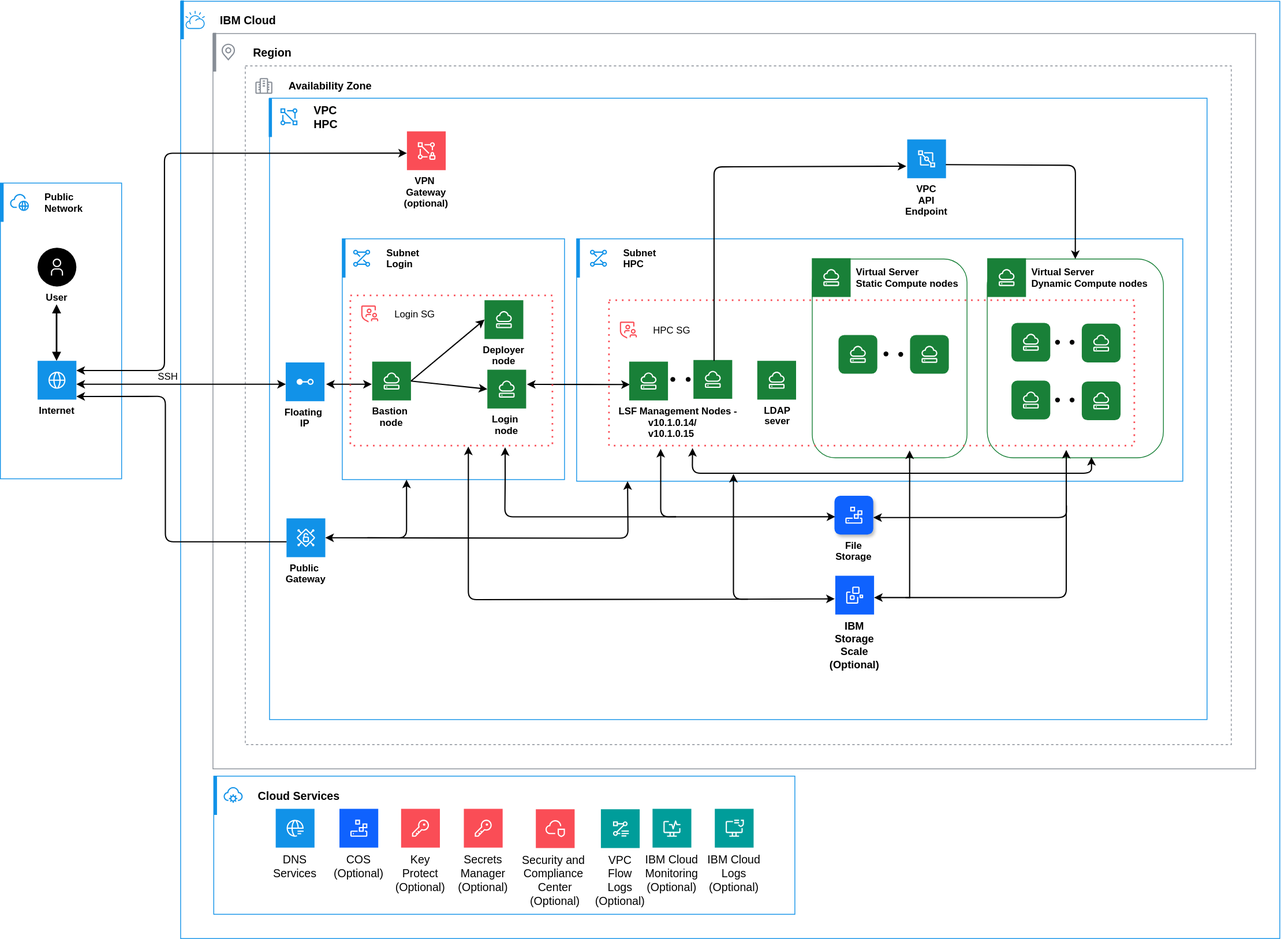
ibm-cloud-docs/hpc-ibm-spectrumlsf keeps this draw.io diagram as images/LSF-DA-Architecture-diagram.svg. Above is the earlier version. Source tidied: cells renumbered, new cells last; positions are measured from the earlier drawing's top-left corner, leaving out a move shared by most shapes.
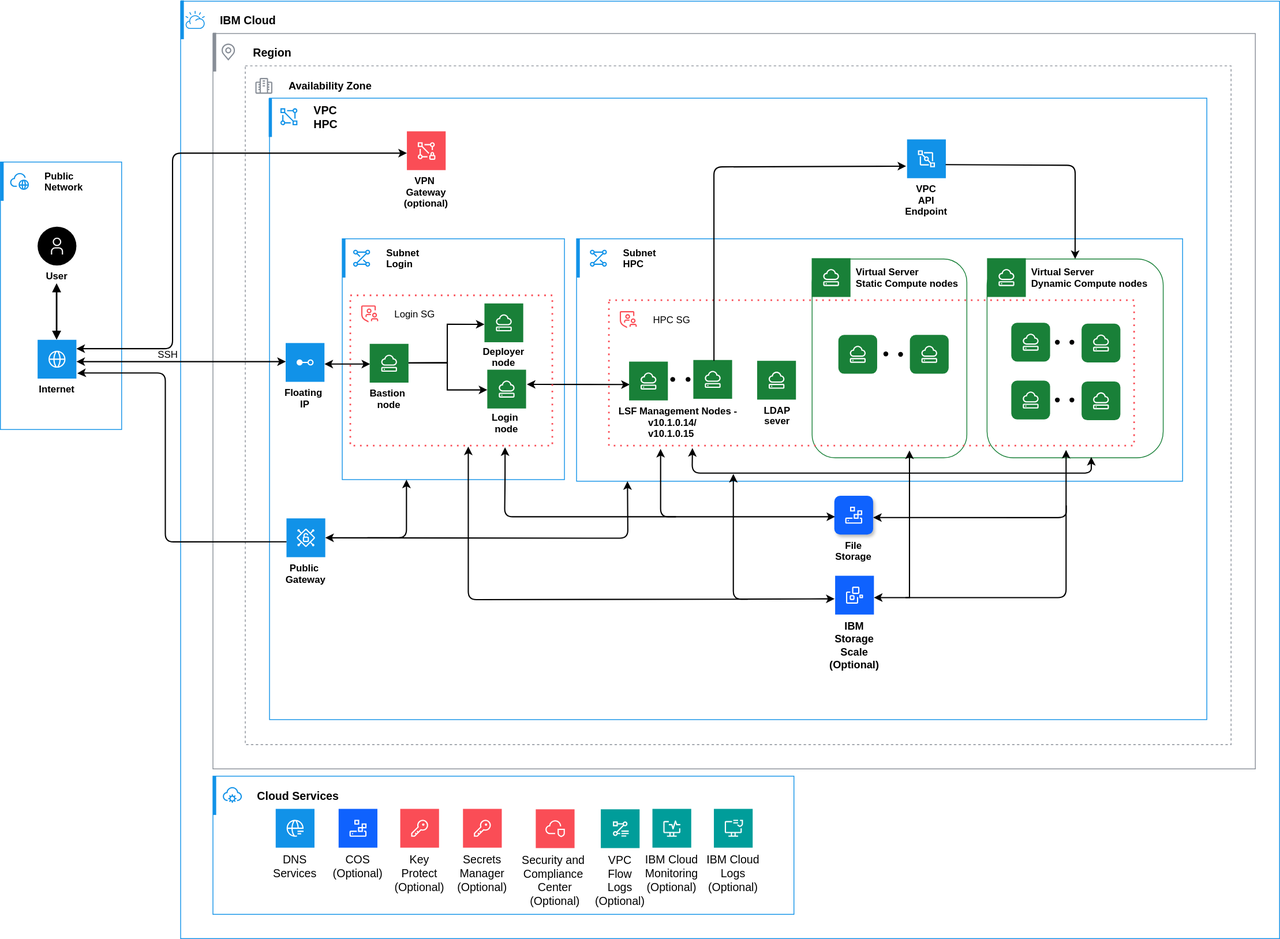
After the commit.

The edit, as a diff of the source:
```diff
@@ -47,8 +47,8 @@
     </mxCell>
     <mxCell id="15" style="html=1;labelBackgroundColor=#ffffff;jettySize=auto;orthogonalLoop=1;fontSize=14;rounded=0;jumpStyle=gap;edgeStyle=orthogonalEdgeStyle;startArrow=classic;endArrow=classic;strokeWidth=1.5;startFill=1;endFill=1;" parent="11" edge="1">
       <mxGeometry relative="1" as="geometry">
-        <mxPoint x="-20" y="180" as="sourcePoint" />
-        <mxPoint x="36.5" y="180" as="targetPoint" />
+        <mxPoint x="-22" y="155" as="sourcePoint" />
+        <mxPoint x="34.5" y="155" as="targetPoint" />
       </mxGeometry>
     </mxCell>
     <mxCell id="16" style="html=1;labelBackgroundColor=#ffffff;jettySize=auto;orthogonalLoop=1;fontSize=14;rounded=0;jumpStyle=gap;edgeStyle=orthogonalEdgeStyle;startArrow=classic;endArrow=classic;strokeWidth=1.5;startFill=1;endFill=1;entryX=0.012;entryY=0.574;entryDx=0;entryDy=0;entryPerimeter=0;jumpSize=6;exitX=0.979;exitY=0.564;exitDx=0;exitDy=0;exitPerimeter=0;" parent="11" edge="1">
@@ -58,7 +58,7 @@
       </mxGeometry>
     </mxCell>
     <mxCell id="17" style="html=1;whiteSpace=wrap;strokeColor=#1192E8;fillColor=none;strokeWidth=1;" parent="1" vertex="1">
-      <mxGeometry y="226" width="150" height="366" as="geometry" />
+      <mxGeometry y="200" width="150" height="331" as="geometry" />
     </mxCell>
     <mxCell id="18" value="Public&#10;Network" style="shape=rect;fillColor=none;labelPosition=right;verticalLabelPosition=middle;align=left;verticalAlign=middle;strokeColor=none;spacingLeft=5;fontSize=12;fontStyle=1;" parent="17" vertex="1">
       <mxGeometry width="48" height="48" relative="1" as="geometry" />
@@ -101,16 +101,16 @@
       <mxGeometry x="753" y="371" width="650" height="180" as="geometry" />
     </mxCell>
     <mxCell id="27" value="SSH" style="text;html=1;align=center;verticalAlign=middle;strokeColor=none;fillColor=none;" parent="1" vertex="1">
-      <mxGeometry x="182" y="451" width="50" height="30" as="geometry" />
+      <mxGeometry x="182" y="424" width="50" height="30" as="geometry" />
     </mxCell>
     <mxCell id="28" style="html=1;labelBackgroundColor=#ffffff;jettySize=auto;orthogonalLoop=1;fontSize=14;rounded=0;jumpStyle=gap;edgeStyle=orthogonalEdgeStyle;startArrow=classic;endArrow=classic;strokeWidth=1.5;startFill=1;endFill=1;entryX=0.003;entryY=0.45;entryDx=0;entryDy=0;exitX=1;exitY=0.75;exitDx=0;exitDy=0;entryPerimeter=0;" parent="1" edge="1">
       <mxGeometry relative="1" as="geometry">
-        <mxPoint x="94" y="475" as="sourcePoint" />
-        <mxPoint x="353.2" y="475" as="targetPoint" />
+        <mxPoint x="94" y="447" as="sourcePoint" />
+        <mxPoint x="353.2" y="447" as="targetPoint" />
       </mxGeometry>
     </mxCell>
     <mxCell id="29" value="Floating &#10;IP" style="shape=rect;fillColor=#1192E8;labelPosition=center;verticalLabelPosition=bottom;align=center;verticalAlign=top;strokeColor=none;fontSize=12;fontStyle=1;" parent="1" vertex="1">
-      <mxGeometry x="353" y="448" width="48" height="48" as="geometry" />
+      <mxGeometry x="353" y="424" width="48" height="48" as="geometry" />
     </mxCell>
     <mxCell id="30" style="fillColor=#ffffff;strokeColor=none;dashed=0;html=1;labelPosition=center;verticalLabelPosition=bottom;verticalAlign=top;shape=mxgraph.ibm_cloud.floating-ip;" parent="29" vertex="1">
       <mxGeometry width="24" height="24" relative="1" as="geometry">
@@ -233,26 +233,25 @@
         <mxPoint x="12" y="12" as="offset" />
       </mxGeometry>
     </mxCell>
-    <mxCell id="61" style="html=1;labelBackgroundColor=#ffffff;jettySize=auto;orthogonalLoop=1;fontSize=14;rounded=1;jumpStyle=gap;edgeStyle=orthogonalEdgeStyle;startArrow=classic;endArrow=classic;strokeWidth=1.5;startFill=1;endFill=1;fontFamily=Helvetica;fontColor=default;entryX=0;entryY=0.5;entryDx=0;entryDy=0;curved=0;strokeColor=default;" parent="1" edge="1">
+    <mxCell id="61" style="html=1;labelBackgroundColor=#ffffff;jettySize=auto;fontSize=14;rounded=1;jumpStyle=gap;edgeStyle=orthogonalEdgeStyle;startArrow=classic;endArrow=classic;strokeWidth=1.5;startFill=1;endFill=1;fontFamily=Helvetica;fontColor=default;entryX=0;entryY=0.5;entryDx=0;entryDy=0;curved=0;strokeColor=default;" parent="1" edge="1" source="21">
       <mxGeometry relative="1" as="geometry">
-        <mxPoint x="94" y="458" as="sourcePoint" />
         <mxPoint x="503" y="189" as="targetPoint" />
         <Array as="points">
-          <mxPoint x="203" y="458" />
-          <mxPoint x="203" y="189" />
+          <mxPoint x="213" y="431" />
+          <mxPoint x="213" y="189" />
         </Array>
       </mxGeometry>
     </mxCell>
     <mxCell id="62" style="edgeLabel;html=1;align=center;verticalAlign=middle;rounded=0;glass=0;strokeColor=#1192E8;strokeWidth=1;fontFamily=Helvetica;fontSize=12;fontColor=default;fillColor=none;" parent="61" vertex="1">
       <mxGeometry x="-0.72" y="-5" relative="1" as="geometry" />
     </mxCell>
-    <mxCell id="63" style="html=1;labelBackgroundColor=#ffffff;jettySize=auto;orthogonalLoop=1;fontSize=14;rounded=1;jumpStyle=gap;edgeStyle=orthogonalEdgeStyle;startArrow=none;endArrow=classic;strokeWidth=1.5;endFill=1;fontFamily=Helvetica;fontColor=default;entryX=0.979;entryY=0.815;entryDx=0;entryDy=0;entryPerimeter=0;exitX=0;exitY=0.5;exitDx=0;exitDy=0;strokeColor=default;curved=0;" parent="1" edge="1">
+    <mxCell id="63" style="html=1;labelBackgroundColor=#ffffff;jettySize=auto;fontSize=14;rounded=1;jumpStyle=gap;edgeStyle=orthogonalEdgeStyle;startArrow=none;endArrow=classic;strokeWidth=1.5;endFill=1;fontFamily=Helvetica;fontColor=default;exitX=0;exitY=0.5;exitDx=0;exitDy=0;strokeColor=default;curved=0;entryX=1.024;entryY=0.865;entryDx=0;entryDy=0;entryPerimeter=0;" parent="1" edge="1" target="21">
       <mxGeometry relative="1" as="geometry">
         <mxPoint x="354" y="670" as="sourcePoint" />
-        <mxPoint x="94" y="490.1" as="targetPoint" />
         <Array as="points">
           <mxPoint x="204" y="670" />
-          <mxPoint x="204" y="490" />
+          <mxPoint x="204" y="461" />
+          <mxPoint x="103" y="461" />
         </Array>
       </mxGeometry>
     </mxCell>
@@ -309,7 +308,7 @@
       <mxGeometry x="1104" y="428" width="20" height="20" as="geometry" />
     </mxCell>
     <mxCell id="78" value="HPC SG" style="shape=rect;fillColor=none;labelPosition=right;verticalLabelPosition=middle;align=left;verticalAlign=middle;strokeColor=none;spacingLeft=5;fontSize=12;" parent="1" vertex="1">
-      <mxGeometry x="753" y="384" width="48" height="48" as="geometry" />
+      <mxGeometry x="753" y="371" width="48" height="48" as="geometry" />
     </mxCell>
     <mxCell id="79" style="fillColor=#FA4D56;shape=mxgraph.ibm_cloud.group--security;strokeColor=none;dashed=0;html=1;labelPosition=center;verticalLabelPosition=bottom;verticalAlign=top;" parent="78" vertex="1">
       <mxGeometry width="24" height="24" relative="1" as="geometry">
@@ -325,14 +324,14 @@
       </mxGeometry>
     </mxCell>
     <mxCell id="82" value="Bastion &#10;node" style="shape=rect;fillColor=#198038;labelPosition=center;verticalLabelPosition=bottom;align=center;verticalAlign=top;strokeColor=none;fontSize=12;fontStyle=1;" parent="1" vertex="1">
-      <mxGeometry x="460" y="447" width="48" height="48" as="geometry" />
+      <mxGeometry x="457" y="425" width="48" height="48" as="geometry" />
     </mxCell>
     <mxCell id="83" style="fillColor=#ffffff;strokeColor=none;dashed=0;html=1;labelPosition=center;verticalLabelPosition=bottom;verticalAlign=top;shape=mxgraph.ibm_cloud.ibm-cloud--virtual-server-vpc;" parent="82" vertex="1">
       <mxGeometry width="24" height="24" relative="1" as="geometry">
         <mxPoint x="12" y="12" as="offset" />
       </mxGeometry>
     </mxCell>
-    <mxCell id="84" value="Login &#10;node" style="shape=rect;fillColor=#198038;labelPosition=center;verticalLabelPosition=bottom;align=center;verticalAlign=top;strokeColor=none;fontSize=12;fontStyle=1;" parent="1" vertex="1">
+    <mxCell id="84" value="Login &#10;node" style="shape=rect;fillColor=#198038;labelPosition=center;verticalLabelPosition=bottom;align=center;verticalAlign=top;strokeColor=none;fontSize=12;fontStyle=1;spacing=0;" parent="1" vertex="1">
       <mxGeometry x="602.5" y="457" width="48" height="48" as="geometry" />
     </mxCell>
     <mxCell id="85" style="fillColor=#ffffff;strokeColor=none;dashed=0;html=1;labelPosition=center;verticalLabelPosition=bottom;verticalAlign=top;shape=mxgraph.ibm_cloud.ibm-cloud--virtual-server-vpc;" parent="84" vertex="1">
@@ -340,8 +339,8 @@
         <mxPoint x="12" y="12" as="offset" />
       </mxGeometry>
     </mxCell>
-    <mxCell id="86" value="Deployer &#10;node" style="shape=rect;fillColor=#198038;labelPosition=center;verticalLabelPosition=bottom;align=center;verticalAlign=top;strokeColor=none;fontSize=12;fontStyle=1;" parent="1" vertex="1">
-      <mxGeometry x="599" y="371" width="48" height="48" as="geometry" />
+    <mxCell id="86" value="Deployer &#10;node" style="shape=rect;fillColor=#198038;labelPosition=center;verticalLabelPosition=bottom;align=center;verticalAlign=top;strokeColor=none;fontSize=12;fontStyle=1;spacing=0;" parent="1" vertex="1">
+      <mxGeometry x="599" y="375" width="48" height="48" as="geometry" />
     </mxCell>
     <mxCell id="87" style="fillColor=#ffffff;strokeColor=none;dashed=0;html=1;labelPosition=center;verticalLabelPosition=bottom;verticalAlign=top;shape=mxgraph.ibm_cloud.ibm-cloud--virtual-server-vpc;" parent="86" vertex="1">
       <mxGeometry width="24" height="24" relative="1" as="geometry">
@@ -428,7 +427,7 @@
       <mxGeometry x="264" y="960" width="719" height="171" as="geometry" />
     </mxCell>
     <mxCell id="98" style="html=1;whiteSpace=wrap;strokeColor=#1192E8;fillColor=none;strokeWidth=1;rounded=0;perimeterSpacing=0;glass=0;" parent="97" vertex="1">
-      <mxGeometry width="719" height="171" as="geometry" />
+      <mxGeometry x="-1" width="719" height="171" as="geometry" />
     </mxCell>
     <mxCell id="99" value="Cloud Services" style="shape=rect;fillColor=none;labelPosition=right;verticalLabelPosition=middle;align=left;verticalAlign=middle;strokeColor=none;spacingLeft=5;fontSize=14;fontStyle=1;" parent="98" vertex="1">
       <mxGeometry width="48" height="48" relative="1" as="geometry" />
@@ -551,12 +550,6 @@
     <mxCell id="125" style="shape=waypoint;sketch=0;fillStyle=solid;size=6;fillColor=none;perimeter=centerPerimeter;" parent="1" vertex="1">
       <mxGeometry x="1316" y="484.5" width="20" height="20" as="geometry" />
     </mxCell>
-    <mxCell id="126" style="endArrow=classic;html=1;rounded=0;exitX=1;exitY=0.5;exitDx=0;exitDy=0;entryX=0;entryY=0.5;entryDx=0;entryDy=0;strokeWidth=1.5;" parent="1" edge="1" source="82" target="86">
-      <mxGeometry relative="1" as="geometry" />
-    </mxCell>
-    <mxCell id="127" style="endArrow=classic;html=1;rounded=0;entryX=0;entryY=0.5;entryDx=0;entryDy=0;exitX=1;exitY=0.5;exitDx=0;exitDy=0;strokeWidth=1.5;" parent="1" edge="1" source="82" target="84">
-      <mxGeometry relative="1" as="geometry" />
-    </mxCell>
     <mxCell id="128" value="Security and &#10;Compliance &#10;Center&#10;(Optional)" style="shape=rect;fillColor=#FA4D56;labelPosition=center;verticalLabelPosition=bottom;align=center;verticalAlign=top;strokeColor=none;fontSize=14;" parent="1" vertex="1">
       <mxGeometry x="662.5" y="1001" width="48" height="48" as="geometry" />
     </mxCell>
@@ -573,5 +566,25 @@
         <mxPoint x="12" y="12" as="offset" />
       </mxGeometry>
     </mxCell>
+    <mxCell id="132" style="html=1;labelBackgroundColor=#ffffff;jettySize=auto;orthogonalLoop=1;fontSize=14;rounded=0;jumpStyle=gap;edgeStyle=orthogonalEdgeStyle;startArrow=none;endArrow=classic;strokeWidth=1.5;entryX=0.001;entryY=0.58;entryDx=0;entryDy=0;entryPerimeter=0;endFill=1;" parent="1" edge="1">
+      <mxGeometry relative="1" as="geometry">
+        <mxPoint x="505" y="448.5" as="sourcePoint" />
+        <mxPoint x="599" y="400.8" as="targetPoint" />
+        <Array as="points">
+          <mxPoint x="553" y="449" />
+          <mxPoint x="553" y="401" />
+        </Array>
+      </mxGeometry>
+    </mxCell>
+    <mxCell id="133" style="html=1;labelBackgroundColor=#ffffff;jettySize=auto;orthogonalLoop=1;fontSize=14;rounded=0;jumpStyle=gap;edgeStyle=orthogonalEdgeStyle;startArrow=none;endArrow=classic;strokeWidth=1.5;entryX=0;entryY=0.5;entryDx=0;entryDy=0;endFill=1;" parent="1" edge="1">
+      <mxGeometry relative="1" as="geometry">
+        <mxPoint x="505" y="448.5" as="sourcePoint" />
+        <mxPoint x="602.5" y="482" as="targetPoint" />
+        <Array as="points">
+          <mxPoint x="553" y="448" />
+          <mxPoint x="553" y="482" />
+        </Array>
+      </mxGeometry>
+    </mxCell>
   </root>
 </mxGraphModel>
```
